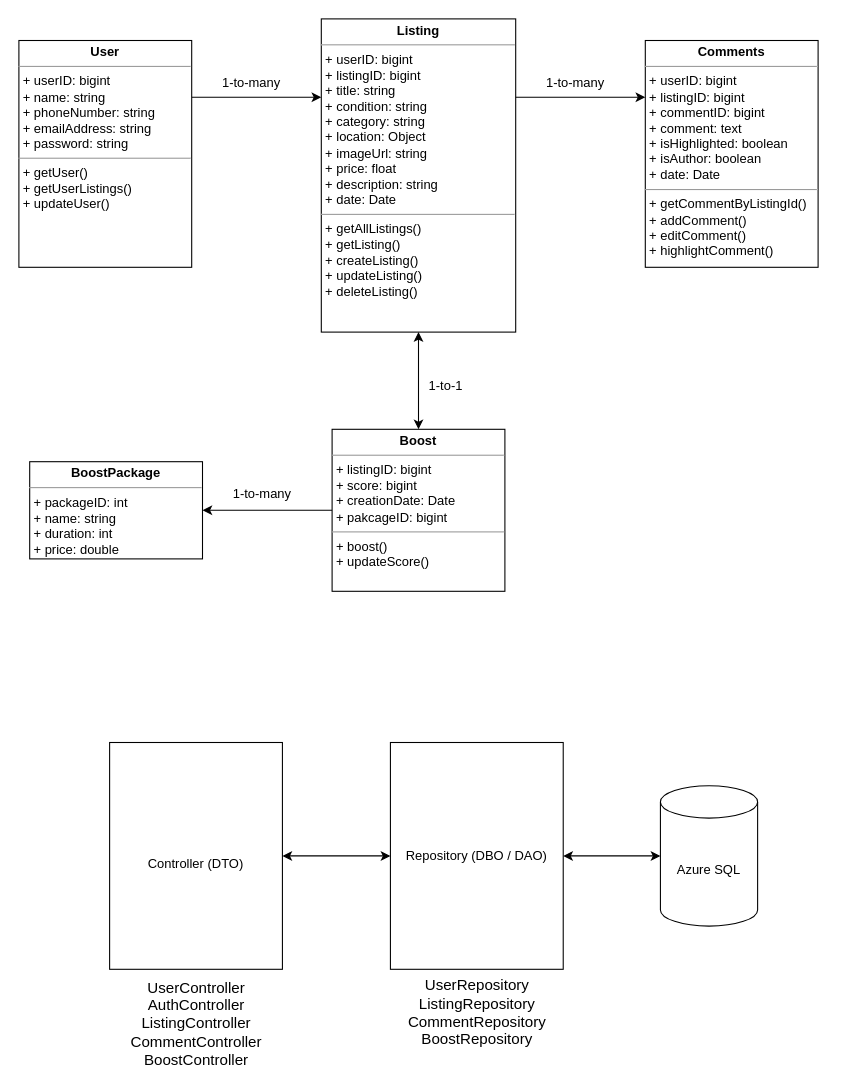
The draw.io diagram docs/drawio/class-diagram.drawio in devin-efendy/fujiji, before the edit. Source tidied: cells renumbered, new cells numbered last; positions are measured from the earlier drawing's top-left corner, leaving out a move shared by most shapes. Both pictures are drawn from the tidied source at 108%, with x=0, y=0 at pixel (18, 18).
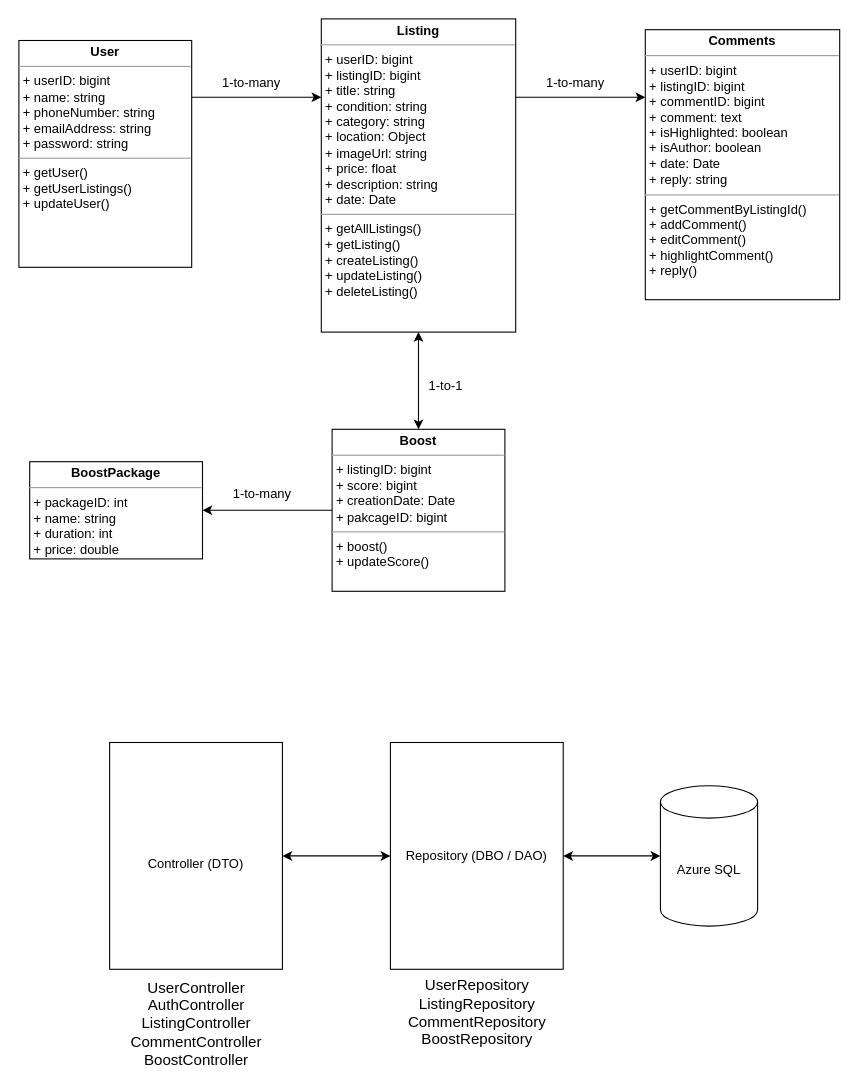
After the change.

Diff of the diagram source:
```diff
@@
-    <mxCell id="5" value="&lt;p style=&quot;margin: 0px ; margin-top: 4px ; text-align: center&quot;&gt;&lt;b&gt;Comments&lt;/b&gt;&lt;/p&gt;&lt;hr size=&quot;1&quot;&gt;&lt;p style=&quot;margin: 0px ; margin-left: 4px&quot;&gt;+ userID: bigint&lt;/p&gt;&lt;p style=&quot;margin: 0px ; margin-left: 4px&quot;&gt;+ listingID: bigint&lt;/p&gt;&lt;p style=&quot;margin: 0px ; margin-left: 4px&quot;&gt;+ commentID: bigint&lt;/p&gt;&lt;p style=&quot;margin: 0px ; margin-left: 4px&quot;&gt;+ comment: text&lt;/p&gt;&lt;p style=&quot;margin: 0px ; margin-left: 4px&quot;&gt;+ isHighlighted: boolean&lt;/p&gt;&lt;p style=&quot;margin: 0px ; margin-left: 4px&quot;&gt;+ isAuthor: boolean&lt;/p&gt;&lt;p style=&quot;margin: 0px ; margin-left: 4px&quot;&gt;+ date: Date&lt;/p&gt;&lt;hr size=&quot;1&quot;&gt;&lt;p style=&quot;margin: 0px ; margin-left: 4px&quot;&gt;+ getCommentByListingId()&lt;/p&gt;&lt;p style=&quot;margin: 0px ; margin-left: 4px&quot;&gt;+ addComment()&lt;/p&gt;&lt;p style=&quot;margin: 0px ; margin-left: 4px&quot;&gt;+ editComment()&lt;/p&gt;&lt;p style=&quot;margin: 0px ; margin-left: 4px&quot;&gt;+ highlightComment()&lt;/p&gt;" style="verticalAlign=top;align=left;overflow=fill;fontSize=12;fontFamily=Helvetica;html=1;" parent="1" vertex="1">
-      <mxGeometry x="580" y="20" width="160" height="210" as="geometry" />
+    <mxCell id="5" value="&lt;p style=&quot;margin: 0px ; margin-top: 4px ; text-align: center&quot;&gt;&lt;b&gt;Comments&lt;/b&gt;&lt;/p&gt;&lt;hr size=&quot;1&quot;&gt;&lt;p style=&quot;margin: 0px ; margin-left: 4px&quot;&gt;+ userID: bigint&lt;/p&gt;&lt;p style=&quot;margin: 0px ; margin-left: 4px&quot;&gt;+ listingID: bigint&lt;/p&gt;&lt;p style=&quot;margin: 0px ; margin-left: 4px&quot;&gt;+ commentID: bigint&lt;/p&gt;&lt;p style=&quot;margin: 0px ; margin-left: 4px&quot;&gt;+ comment: text&lt;/p&gt;&lt;p style=&quot;margin: 0px ; margin-left: 4px&quot;&gt;+ isHighlighted: boolean&lt;/p&gt;&lt;p style=&quot;margin: 0px ; margin-left: 4px&quot;&gt;+ isAuthor: boolean&lt;/p&gt;&lt;p style=&quot;margin: 0px ; margin-left: 4px&quot;&gt;+ date: Date&lt;/p&gt;&lt;p style=&quot;margin: 0px ; margin-left: 4px&quot;&gt;+ reply: string&lt;/p&gt;&lt;hr size=&quot;1&quot;&gt;&lt;p style=&quot;margin: 0px ; margin-left: 4px&quot;&gt;+ getCommentByListingId()&lt;/p&gt;&lt;p style=&quot;margin: 0px ; margin-left: 4px&quot;&gt;+ addComment()&lt;/p&gt;&lt;p style=&quot;margin: 0px ; margin-left: 4px&quot;&gt;+ editComment()&lt;/p&gt;&lt;p style=&quot;margin: 0px ; margin-left: 4px&quot;&gt;+ highlightComment()&lt;/p&gt;&lt;p style=&quot;margin: 0px ; margin-left: 4px&quot;&gt;+ reply()&lt;/p&gt;" style="verticalAlign=top;align=left;overflow=fill;fontSize=12;fontFamily=Helvetica;html=1;" parent="1" vertex="1">
+      <mxGeometry x="580" y="10" width="180" height="250" as="geometry" />
     </mxCell>
```
